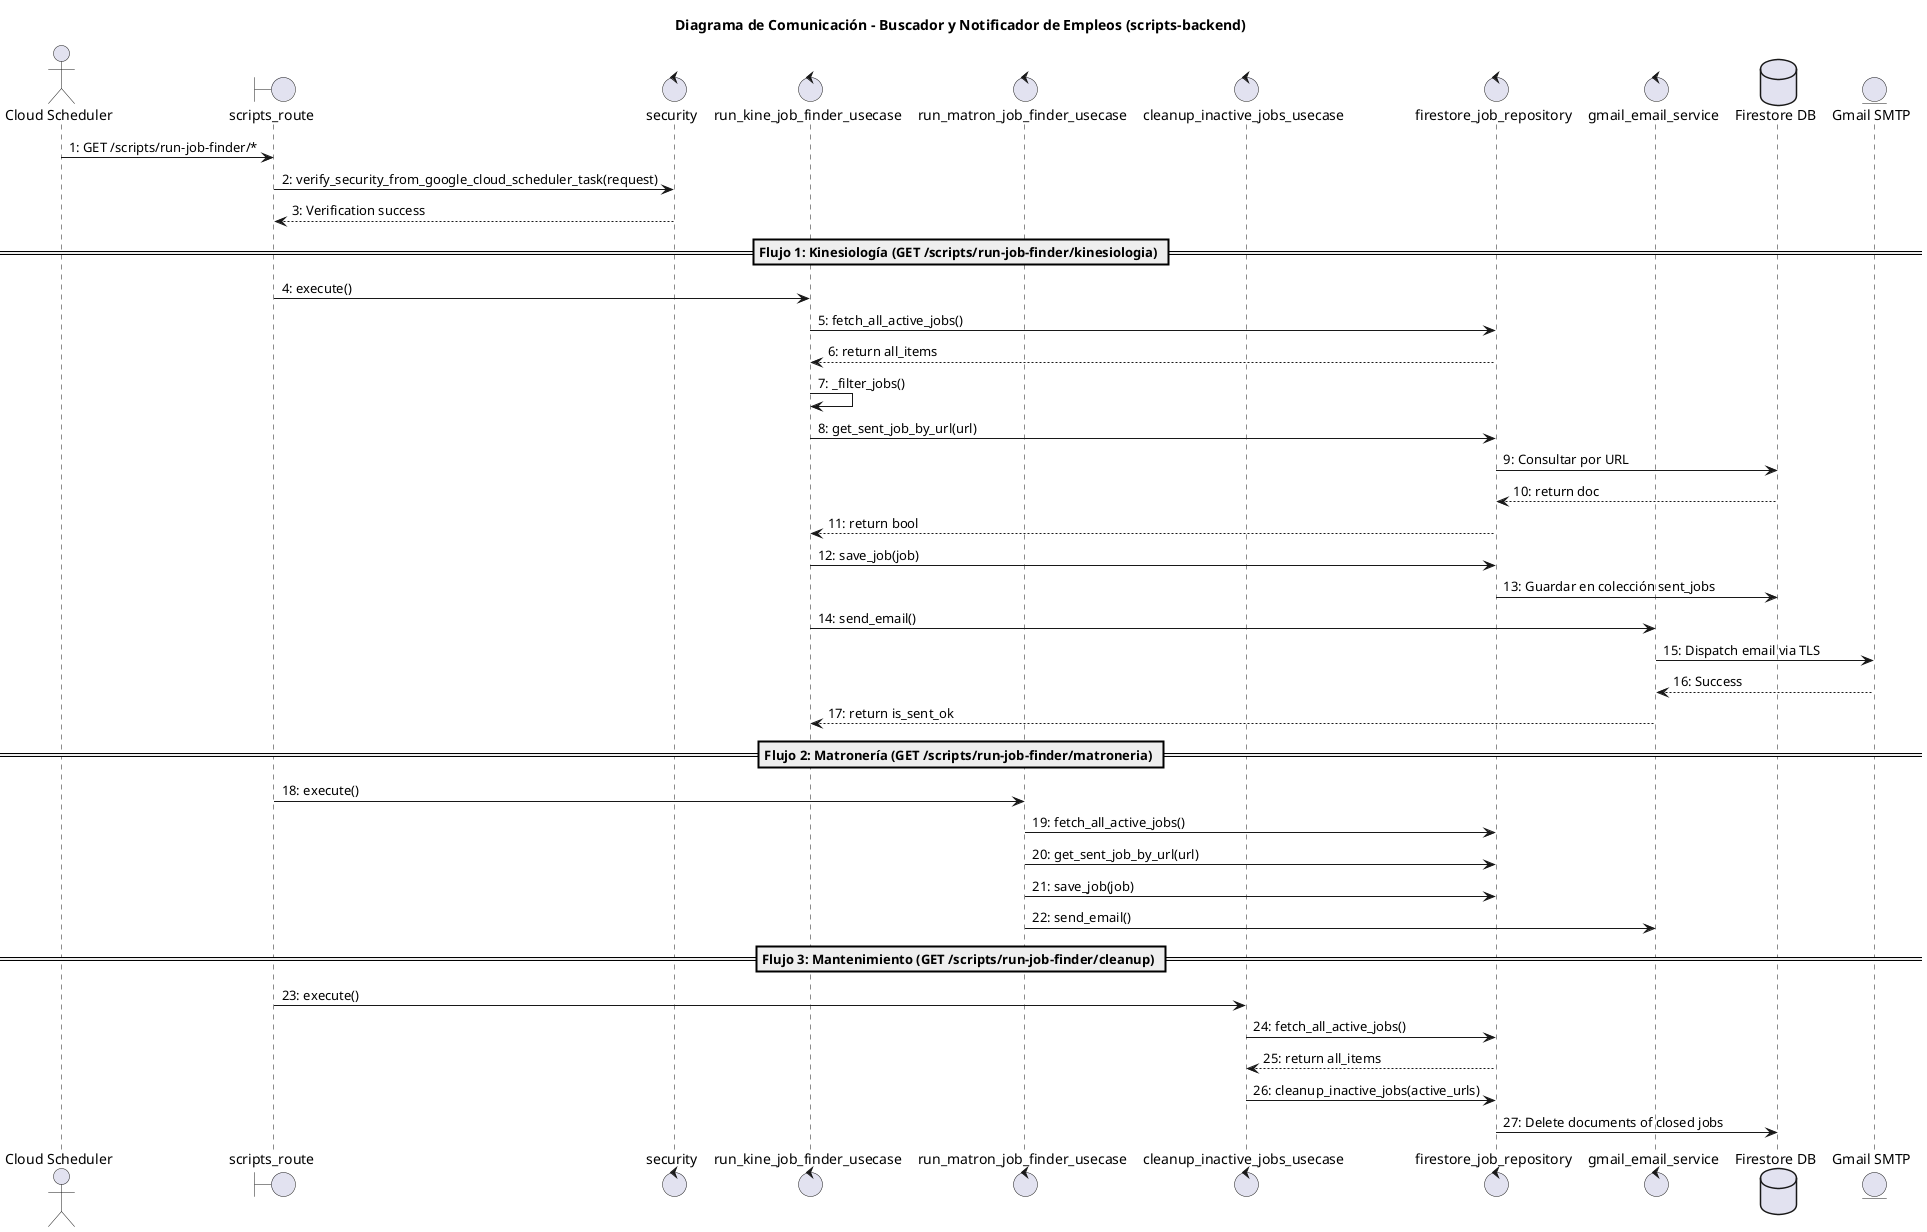
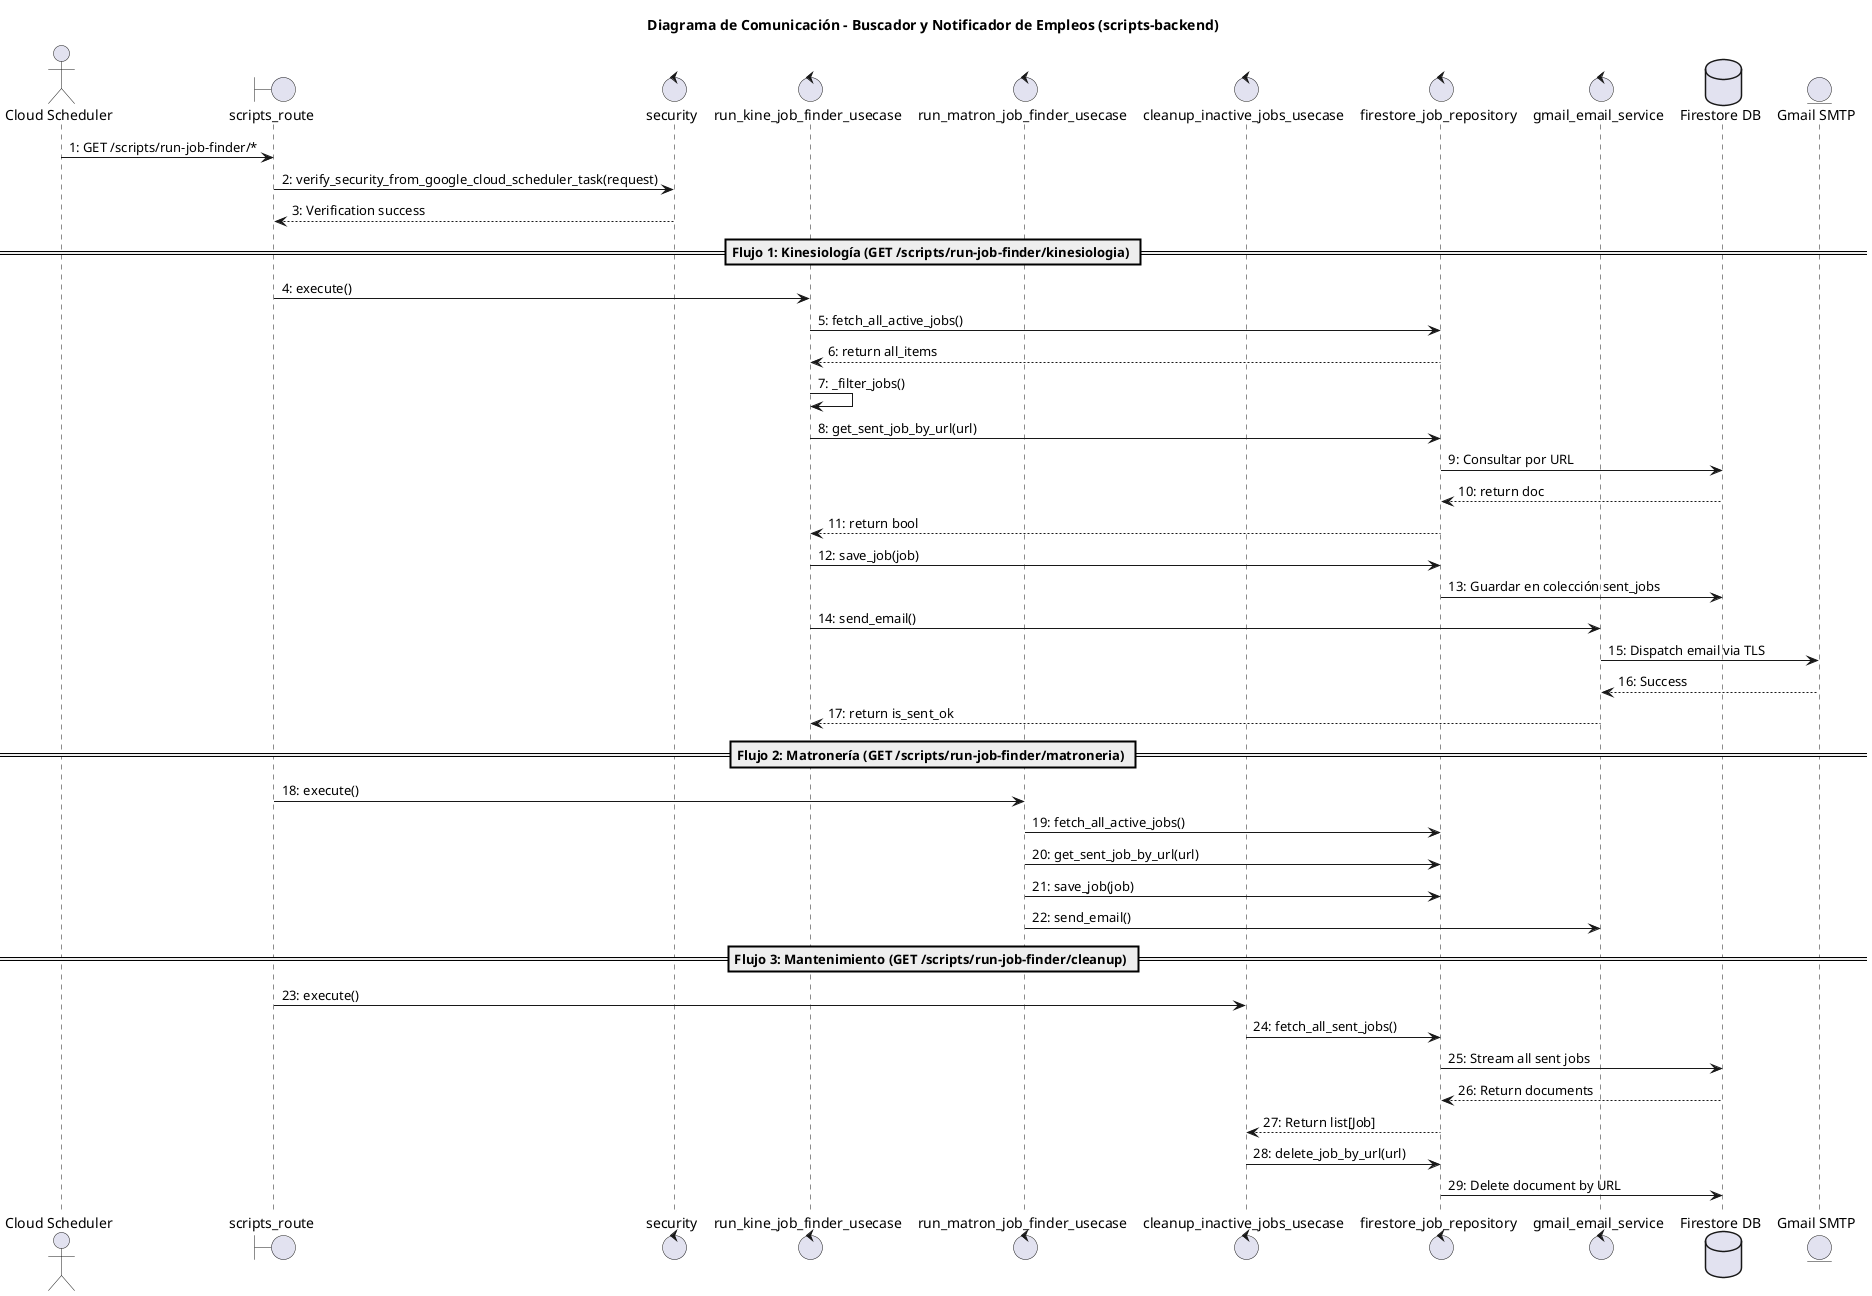
@startuml Communication Diagram
title Diagrama de Comunicación - Buscador y Notificador de Empleos (scripts-backend)

skinparam responseMessageAlign center

actor "Cloud Scheduler" as scheduler
boundary "scripts_route" as router
control "security" as sec
control "run_kine_job_finder_usecase" as kineUc
control "run_matron_job_finder_usecase" as matronUc
control "cleanup_inactive_jobs_usecase" as cleanupUc
control "firestore_job_repository" as dbCtrl
control "gmail_email_service" as emailCtrl
database "Firestore DB" as db
entity "Gmail SMTP" as smtp

scheduler -> router : 1: GET /scripts/run-job-finder/*
router -> sec : 2: verify_security_from_google_cloud_scheduler_task(request)
sec --> router : 3: Verification success

== Flujo 1: Kinesiología (GET /scripts/run-job-finder/kinesiologia) ==
router -> kineUc : 4: execute()
kineUc -> dbCtrl : 5: fetch_all_active_jobs()
dbCtrl --> kineUc : 6: return all_items
kineUc -> kineUc : 7: _filter_jobs()
kineUc -> dbCtrl : 8: get_sent_job_by_url(url)
dbCtrl -> db : 9: Consultar por URL
db --> dbCtrl : 10: return doc
dbCtrl --> kineUc : 11: return bool
kineUc -> dbCtrl : 12: save_job(job)
dbCtrl -> db : 13: Guardar en colección sent_jobs
kineUc -> emailCtrl : 14: send_email()
emailCtrl -> smtp : 15: Dispatch email via TLS
smtp --> emailCtrl : 16: Success
emailCtrl --> kineUc : 17: return is_sent_ok

== Flujo 2: Matronería (GET /scripts/run-job-finder/matroneria) ==
router -> matronUc : 18: execute()
matronUc -> dbCtrl : 19: fetch_all_active_jobs()
matronUc -> dbCtrl : 20: get_sent_job_by_url(url)
matronUc -> dbCtrl : 21: save_job(job)
matronUc -> emailCtrl : 22: send_email()

== Flujo 3: Mantenimiento (GET /scripts/run-job-finder/cleanup) ==
router -> cleanupUc : 23: execute()
- cleanupUc -> dbCtrl : 24: fetch_all_active_jobs()
- dbCtrl --> cleanupUc : 25: return all_items
- cleanupUc -> dbCtrl : 26: cleanup_inactive_jobs(active_urls)
- dbCtrl -> db : 27: Delete documents of closed jobs
+ cleanupUc -> dbCtrl : 24: fetch_all_sent_jobs()
+ dbCtrl -> db : 25: Stream all sent jobs
+ db --> dbCtrl : 26: Return documents
+ dbCtrl --> cleanupUc : 27: Return list[Job]
+ cleanupUc -> dbCtrl : 28: delete_job_by_url(url)
+ dbCtrl -> db : 29: Delete document by URL

@enduml
